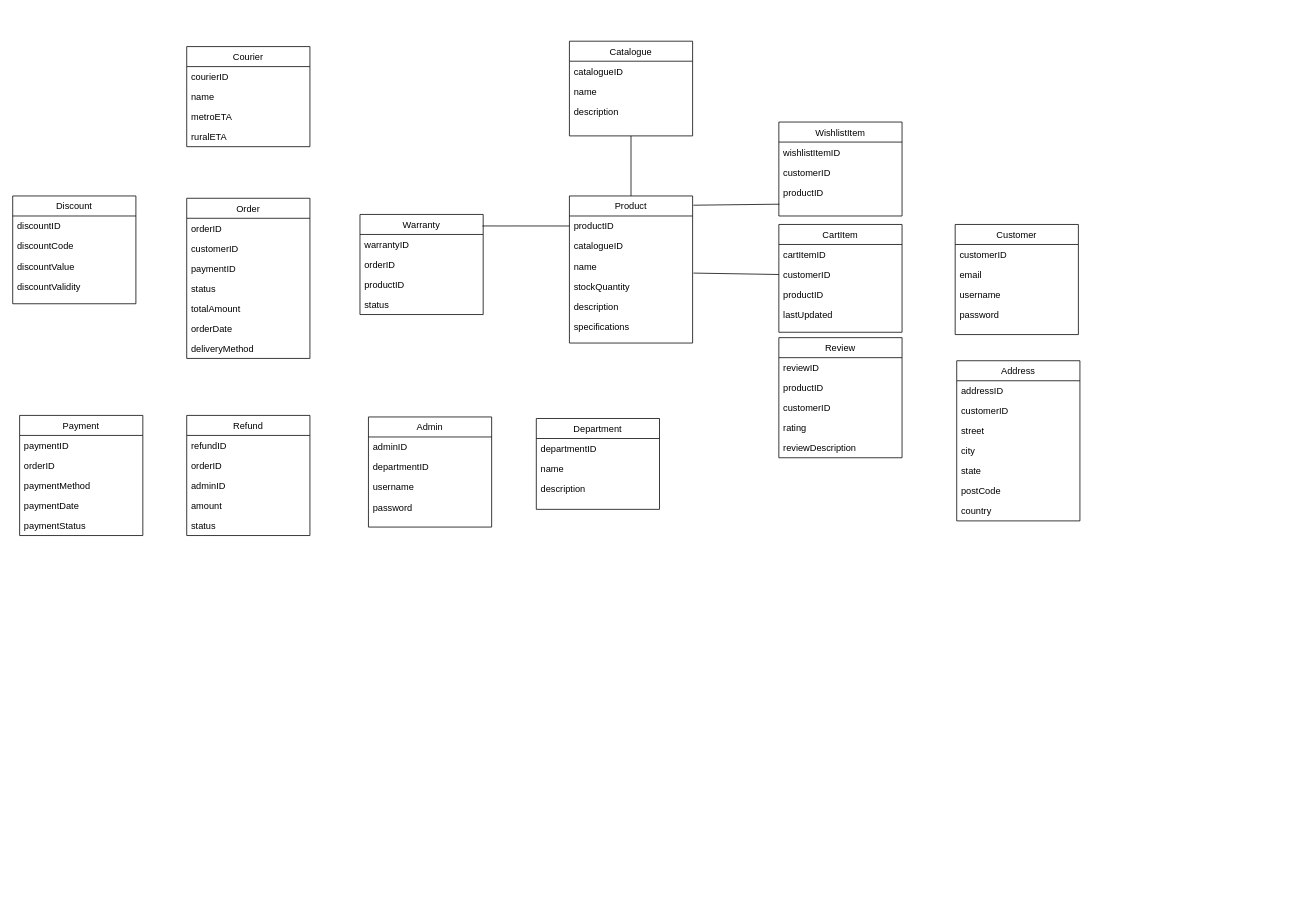
The draw.io diagram ITC211 System Analysis and Design/Untitled Diagram.drawio in Sam-WebP/CSU, before the edit. Source tidied: cells renumbered, new cells numbered last; positions are measured from the earlier drawing's top-left corner, leaving out a move shared by most shapes. Both pictures are drawn from the tidied source at 77%, with x=0, y=0 at pixel (12, 41).
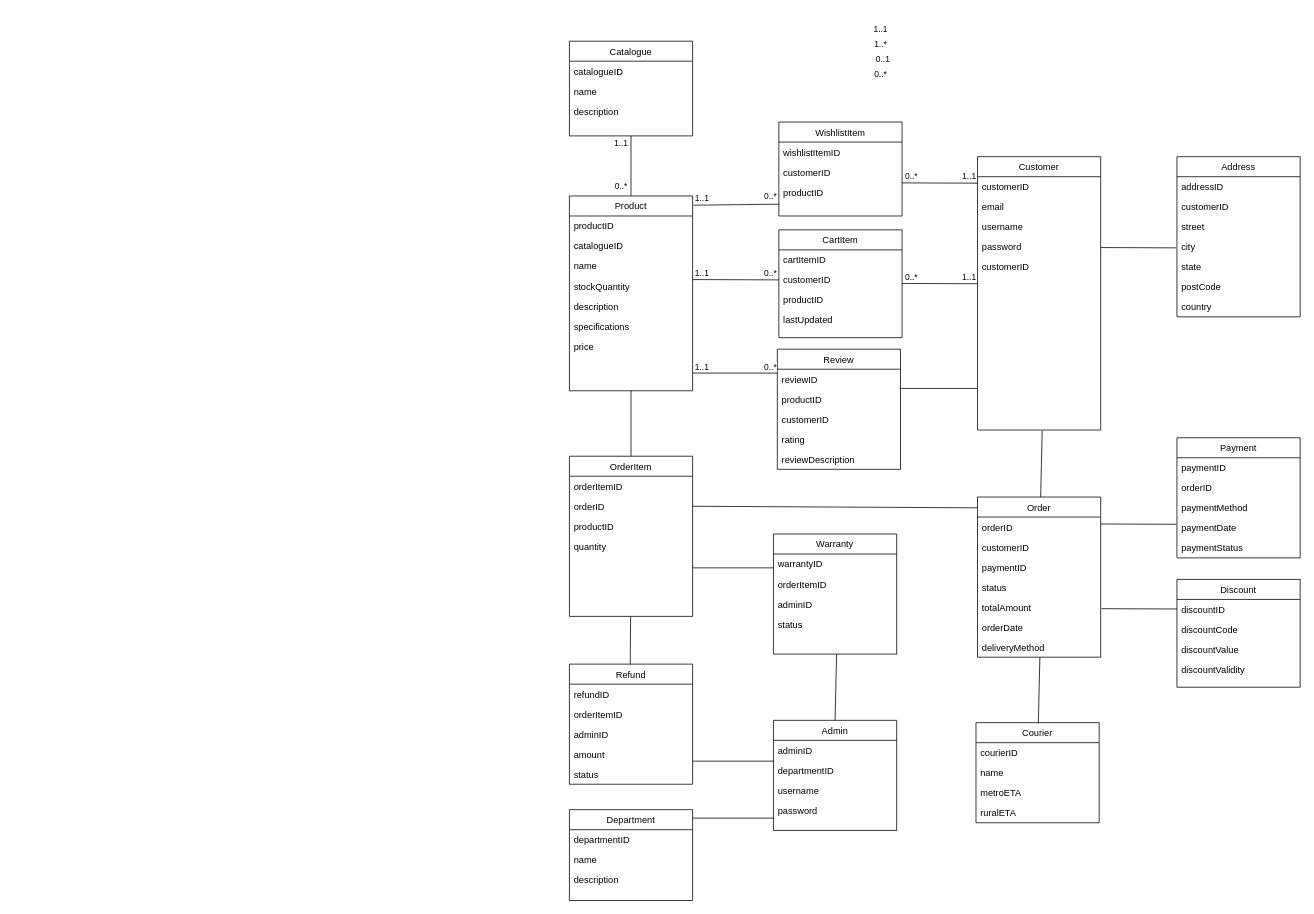
The same diagram, later.

Unchanged cells that the change refers to:
```xml
<mxCell id="3" value="customerID" style="text;align=left;verticalAlign=top;spacingLeft=4;spacingRight=4;overflow=hidden;points=[[0,0.5],[1,0.5]];portConstraint=eastwest;" parent="2" vertex="1">
  <mxGeometry y="26" width="160" height="26" as="geometry" />
</mxCell>
<mxCell id="22" value="productID" style="text;align=left;verticalAlign=top;spacingLeft=4;spacingRight=4;overflow=hidden;points=[[0,0.5],[1,0.5]];portConstraint=eastwest;rounded=0;shadow=0;html=0;" parent="21" vertex="1">
  <mxGeometry y="26" width="160" height="26" as="geometry" />
</mxCell>
<mxCell id="25" value="stockQuantity" style="text;align=left;verticalAlign=top;spacingLeft=4;spacingRight=4;overflow=hidden;points=[[0,0.5],[1,0.5]];portConstraint=eastwest;rounded=0;shadow=0;html=0;" parent="21" vertex="1">
  <mxGeometry y="104" width="160" height="26" as="geometry" />
</mxCell>
<mxCell id="34" value="customerID" style="text;align=left;verticalAlign=top;spacingLeft=4;spacingRight=4;overflow=hidden;points=[[0,0.5],[1,0.5]];portConstraint=eastwest;" parent="32" vertex="1">
  <mxGeometry y="52" width="160" height="26" as="geometry" />
</mxCell>
<mxCell id="86" style="endArrow=none;html=1;rounded=0;exitX=0.5;exitY=0;exitDx=0;exitDy=0;entryX=0.5;entryY=1;entryDx=0;entryDy=0;" parent="1" edge="1" source="21" target="28">
  <mxGeometry relative="1" as="geometry" />
</mxCell>
```

Diff of the diagram source:
```diff
@@
     <mxCell id="2" value="Customer" style="swimlane;fontStyle=0;align=center;verticalAlign=top;horizontal=1;startSize=26;rounded=0;shadow=0;strokeWidth=1;" parent="1" vertex="1">
-      <mxGeometry x="1224" y="238" width="160" height="143" as="geometry" />
+      <mxGeometry x="1253" y="150" width="160" height="355" as="geometry" />
     </mxCell>
@@
+    <mxCell id="89" value="customerID" style="text;align=left;verticalAlign=top;spacingLeft=4;spacingRight=4;overflow=hidden;" parent="2" vertex="1">
+      <mxGeometry y="130" width="160" height="26" as="geometry" />
+    </mxCell>
     <mxCell id="7" value="Address" style="swimlane;fontStyle=0;align=center;verticalAlign=top;horizontal=1;startSize=26;rounded=0;shadow=0;strokeWidth=1;" parent="1" vertex="1">
-      <mxGeometry x="1226" y="415" width="160" height="208" as="geometry" />
+      <mxGeometry x="1512" y="150" width="160" height="208" as="geometry" />
     </mxCell>
@@
     <mxCell id="15" value="Review" style="swimlane;fontStyle=0;align=center;verticalAlign=top;horizontal=1;startSize=26;rounded=0;shadow=0;strokeWidth=1;" parent="1" vertex="1">
-      <mxGeometry x="995" y="385" width="160" height="156" as="geometry" />
+      <mxGeometry x="993" y="400" width="160" height="156" as="geometry" />
     </mxCell>
@@
     <mxCell id="21" value="Product" style="swimlane;fontStyle=0;align=center;verticalAlign=top;horizontal=1;startSize=26;rounded=0;shadow=0;strokeWidth=1;" parent="1" vertex="1">
-      <mxGeometry x="723" y="201" width="160" height="191" as="geometry" />
+      <mxGeometry x="723" y="201" width="160" height="253" as="geometry" />
     </mxCell>
@@
+    <mxCell id="90" value="price" style="text;align=left;verticalAlign=top;spacingLeft=4;spacingRight=4;overflow=hidden;rounded=0;shadow=0;html=0;" parent="21" vertex="1">
+      <mxGeometry y="182" width="160" height="26" as="geometry" />
+    </mxCell>
@@
     <mxCell id="32" value="CartItem" style="swimlane;fontStyle=0;align=center;verticalAlign=top;horizontal=1;startSize=26;rounded=0;shadow=0;strokeWidth=1;" parent="1" vertex="1">
-      <mxGeometry x="995" y="238" width="160" height="140" as="geometry" />
+      <mxGeometry x="995" y="245" width="160" height="140" as="geometry" />
     </mxCell>
@@
     <mxCell id="41" value="Admin" style="swimlane;fontStyle=0;align=center;verticalAlign=top;horizontal=1;startSize=26;rounded=0;shadow=0;strokeWidth=1;" parent="1" vertex="1">
-      <mxGeometry x="462" y="488" width="160" height="143" as="geometry" />
+      <mxGeometry x="988" y="882" width="160" height="143" as="geometry" />
     </mxCell>
@@
     <mxCell id="46" value="Department" style="swimlane;fontStyle=0;align=center;verticalAlign=top;horizontal=1;startSize=26;rounded=0;shadow=0;strokeWidth=1;" parent="1" vertex="1">
-      <mxGeometry x="680" y="490" width="160" height="118" as="geometry" />
+      <mxGeometry x="723" y="998" width="160" height="118" as="geometry" />
     </mxCell>
@@
     <mxCell id="50" value="Order" style="swimlane;fontStyle=0;align=center;verticalAlign=top;horizontal=1;startSize=26;rounded=0;shadow=0;strokeWidth=1;" parent="1" vertex="1">
-      <mxGeometry x="226" y="204" width="160" height="208" as="geometry" />
+      <mxGeometry x="1253" y="592" width="160" height="208" as="geometry" />
     </mxCell>
@@
     <mxCell id="58" value="Payment" style="swimlane;fontStyle=0;align=center;verticalAlign=top;horizontal=1;startSize=26;rounded=0;shadow=0;strokeWidth=1;" parent="1" vertex="1">
-      <mxGeometry x="9" y="486" width="160" height="156" as="geometry" />
+      <mxGeometry x="1512" y="515" width="160" height="156" as="geometry" />
     </mxCell>
@@
     <mxCell id="64" value="Discount" style="swimlane;fontStyle=0;align=center;verticalAlign=top;horizontal=1;startSize=26;rounded=0;shadow=0;strokeWidth=1;" parent="1" vertex="1">
-      <mxGeometry y="201" width="160" height="140" as="geometry" />
+      <mxGeometry x="1512" y="699" width="160" height="140" as="geometry" />
     </mxCell>
@@
     <mxCell id="69" value="Courier" style="swimlane;fontStyle=0;align=center;verticalAlign=top;horizontal=1;startSize=26;rounded=0;shadow=0;strokeWidth=1;" parent="1" vertex="1">
-      <mxGeometry x="226" y="7" width="160" height="130" as="geometry" />
+      <mxGeometry x="1251" y="885" width="160" height="130" as="geometry" />
     </mxCell>
@@
     <mxCell id="74" value="Refund" style="swimlane;fontStyle=0;align=center;verticalAlign=top;horizontal=1;startSize=26;rounded=0;shadow=0;strokeWidth=1;" parent="1" vertex="1">
-      <mxGeometry x="226" y="486" width="160" height="156" as="geometry" />
+      <mxGeometry x="723" y="809" width="160" height="156" as="geometry" />
     </mxCell>
@@
-    <mxCell id="76" value="orderID" style="text;align=left;verticalAlign=top;spacingLeft=4;spacingRight=4;overflow=hidden;rounded=0;shadow=0;html=0;" parent="74" vertex="1">
+    <mxCell id="76" value="orderItemID" style="text;align=left;verticalAlign=top;spacingLeft=4;spacingRight=4;overflow=hidden;rounded=0;shadow=0;html=0;" parent="74" vertex="1">
       <mxGeometry y="52" width="160" height="26" as="geometry" />
     </mxCell>
@@
     <mxCell id="80" value="Warranty" style="swimlane;fontStyle=0;align=center;verticalAlign=top;horizontal=1;startSize=26;rounded=0;shadow=0;strokeWidth=1;" parent="1" vertex="1">
-      <mxGeometry x="451" y="225" width="160" height="130" as="geometry" />
+      <mxGeometry x="988" y="640" width="160" height="156" as="geometry" />
     </mxCell>
@@
-    <mxCell id="82" value="orderID" style="text;align=left;verticalAlign=top;spacingLeft=4;spacingRight=4;overflow=hidden;rounded=0;shadow=0;html=0;" parent="80" vertex="1">
+    <mxCell id="82" value="orderItemID" style="text;align=left;verticalAlign=top;spacingLeft=4;spacingRight=4;overflow=hidden;rounded=0;shadow=0;html=0;" parent="80" vertex="1">
       <mxGeometry y="52" width="160" height="26" as="geometry" />
     </mxCell>
-    <mxCell id="83" value="productID" style="text;align=left;verticalAlign=top;spacingLeft=4;spacingRight=4;overflow=hidden;rounded=0;shadow=0;html=0;" parent="80" vertex="1">
-      <mxGeometry y="78" width="160" height="26" as="geometry" />
-    </mxCell>
+    <mxCell id="91" value="adminID" style="text;align=left;verticalAlign=top;spacingLeft=4;spacingRight=4;overflow=hidden;rounded=0;shadow=0;html=0;" parent="80" vertex="1">
+      <mxGeometry y="78" width="160" height="26" as="geometry" />
+    </mxCell>
@@
-    <mxCell id="85" style="endArrow=none;html=1;rounded=0;exitX=0;exitY=0.5;exitDx=0;exitDy=0;entryX=0.994;entryY=0.115;entryDx=0;entryDy=0;entryPerimeter=0;" parent="1" edge="1" source="22" target="80">
-      <mxGeometry relative="1" as="geometry" />
+    <mxCell id="85" style="endArrow=none;html=1;rounded=0;exitX=0.5;exitY=1;exitDx=0;exitDy=0;" parent="1" edge="1" source="21">
+      <mxGeometry relative="1" as="geometry">
+        <mxPoint x="803" y="543" as="targetPoint" />
+      </mxGeometry>
     </mxCell>
@@
+    <mxCell id="92" value="0..1" style="edgeLabel;html=1;align=center;verticalAlign=middle;" parent="86" vertex="1">
+      <mxGeometry x="0.54" relative="1" as="geometry">
+        <mxPoint x="326" y="-119" as="offset" />
+      </mxGeometry>
+    </mxCell>
@@
-    <mxCell id="88" style="endArrow=none;html=1;rounded=0;exitX=0;exitY=0.5;exitDx=0;exitDy=0;entryX=1.007;entryY=-0.148;entryDx=0;entryDy=0;entryPerimeter=0;" parent="1" edge="1" source="34" target="25">
+    <mxCell id="88" style="endArrow=none;html=1;rounded=0;exitX=0;exitY=0.5;exitDx=0;exitDy=0;entryX=1;entryY=0.176;entryDx=0;entryDy=0;entryPerimeter=0;" parent="1" edge="1" source="34" target="25">
       <mxGeometry relative="1" as="geometry" />
     </mxCell>
+    <mxCell id="93" style="endArrow=none;html=1;rounded=0;" parent="1" edge="1">
+      <mxGeometry relative="1" as="geometry">
+        <mxPoint x="993" y="431" as="sourcePoint" />
+        <mxPoint x="883" y="431" as="targetPoint" />
+      </mxGeometry>
+    </mxCell>
+    <mxCell id="94" style="endArrow=none;html=1;rounded=0;exitX=0.004;exitY=0.324;exitDx=0;exitDy=0;exitPerimeter=0;" parent="1" edge="1" source="3">
+      <mxGeometry relative="1" as="geometry">
+        <mxPoint x="1155" y="184" as="targetPoint" />
+      </mxGeometry>
+    </mxCell>
+    <mxCell id="95" style="endArrow=none;html=1;rounded=0;entryX=1;entryY=0.176;entryDx=0;entryDy=0;entryPerimeter=0;" parent="1" edge="1">
+      <mxGeometry relative="1" as="geometry">
+        <mxPoint x="1253" y="315" as="sourcePoint" />
+        <mxPoint x="1155" y="314.6" as="targetPoint" />
+      </mxGeometry>
+    </mxCell>
+    <mxCell id="96" style="endArrow=none;html=1;rounded=0;entryX=1;entryY=0.176;entryDx=0;entryDy=0;entryPerimeter=0;" parent="1" edge="1">
+      <mxGeometry relative="1" as="geometry">
+        <mxPoint x="1253" y="451" as="sourcePoint" />
+        <mxPoint x="1152" y="451" as="targetPoint" />
+      </mxGeometry>
+    </mxCell>
+    <mxCell id="97" value="OrderItem" style="swimlane;fontStyle=0;align=center;verticalAlign=top;horizontal=1;startSize=26;rounded=0;shadow=0;strokeWidth=1;" parent="1" vertex="1">
+      <mxGeometry x="723" y="539" width="160" height="208" as="geometry" />
+    </mxCell>
+    <mxCell id="98" value="orderItemID" style="text;align=left;verticalAlign=top;spacingLeft=4;spacingRight=4;overflow=hidden;" parent="97" vertex="1">
+      <mxGeometry y="26" width="160" height="26" as="geometry" />
+    </mxCell>
+    <mxCell id="99" value="orderID" style="text;align=left;verticalAlign=top;spacingLeft=4;spacingRight=4;overflow=hidden;points=[[0,0.5],[1,0.5]];portConstraint=eastwest;" parent="97" vertex="1">
+      <mxGeometry y="52" width="160" height="26" as="geometry" />
+    </mxCell>
+    <mxCell id="83" value="productID" style="text;align=left;verticalAlign=top;spacingLeft=4;spacingRight=4;overflow=hidden;rounded=0;shadow=0;html=0;" parent="97" vertex="1">
+      <mxGeometry y="78" width="160" height="26" as="geometry" />
+    </mxCell>
+    <mxCell id="100" value="quantity" style="text;align=left;verticalAlign=top;spacingLeft=4;spacingRight=4;overflow=hidden;" parent="97" vertex="1">
+      <mxGeometry y="104" width="160" height="26" as="geometry" />
+    </mxCell>
+    <mxCell id="101" style="endArrow=none;html=1;rounded=0;exitX=-0.022;exitY=0.188;exitDx=0;exitDy=0;exitPerimeter=0;entryX=1;entryY=0.5;entryDx=0;entryDy=0;" parent="1" edge="1" target="99">
+      <mxGeometry relative="1" as="geometry">
+        <mxPoint x="1253" y="606" as="sourcePoint" />
+      </mxGeometry>
+    </mxCell>
+    <mxCell id="102" style="endArrow=none;html=1;rounded=0;exitX=-0.022;exitY=0.188;exitDx=0;exitDy=0;exitPerimeter=0;" parent="1" edge="1">
+      <mxGeometry relative="1" as="geometry">
+        <mxPoint x="988" y="684" as="sourcePoint" />
+        <mxPoint x="883" y="684" as="targetPoint" />
+      </mxGeometry>
+    </mxCell>
+    <mxCell id="103" style="endArrow=none;html=1;rounded=0;exitX=-0.022;exitY=0.188;exitDx=0;exitDy=0;exitPerimeter=0;" parent="1" edge="1">
+      <mxGeometry relative="1" as="geometry">
+        <mxPoint x="988" y="935" as="sourcePoint" />
+        <mxPoint x="883" y="935" as="targetPoint" />
+      </mxGeometry>
+    </mxCell>
+    <mxCell id="104" style="endArrow=none;html=1;rounded=0;exitX=-0.022;exitY=0.188;exitDx=0;exitDy=0;exitPerimeter=0;" parent="1" edge="1">
+      <mxGeometry relative="1" as="geometry">
+        <mxPoint x="988" y="1009" as="sourcePoint" />
+        <mxPoint x="883" y="1009" as="targetPoint" />
+      </mxGeometry>
+    </mxCell>
+    <mxCell id="105" style="endArrow=none;html=1;rounded=0;exitX=0.5;exitY=1;exitDx=0;exitDy=0;" parent="1" edge="1">
+      <mxGeometry relative="1" as="geometry">
+        <mxPoint x="802.5" y="747" as="sourcePoint" />
+        <mxPoint x="802" y="809" as="targetPoint" />
+      </mxGeometry>
+    </mxCell>
+    <mxCell id="106" style="endArrow=none;html=1;rounded=0;exitX=0.5;exitY=1;exitDx=0;exitDy=0;entryX=0.5;entryY=0;entryDx=0;entryDy=0;" parent="1" edge="1" target="41">
+      <mxGeometry relative="1" as="geometry">
+        <mxPoint x="1070" y="796" as="sourcePoint" />
+      </mxGeometry>
+    </mxCell>
+    <mxCell id="107" style="endArrow=none;html=1;rounded=0;entryX=1;entryY=0.176;entryDx=0;entryDy=0;entryPerimeter=0;" parent="1" edge="1">
+      <mxGeometry relative="1" as="geometry">
+        <mxPoint x="1511" y="268.4" as="sourcePoint" />
+        <mxPoint x="1413" y="268" as="targetPoint" />
+      </mxGeometry>
+    </mxCell>
+    <mxCell id="108" style="endArrow=none;html=1;rounded=0;entryX=1;entryY=0.176;entryDx=0;entryDy=0;entryPerimeter=0;" parent="1" edge="1">
+      <mxGeometry relative="1" as="geometry">
+        <mxPoint x="1511" y="627.4" as="sourcePoint" />
+        <mxPoint x="1413" y="627" as="targetPoint" />
+      </mxGeometry>
+    </mxCell>
+    <mxCell id="109" style="endArrow=none;html=1;rounded=0;entryX=1;entryY=0.176;entryDx=0;entryDy=0;entryPerimeter=0;" parent="1" edge="1">
+      <mxGeometry relative="1" as="geometry">
+        <mxPoint x="1512" y="737.4" as="sourcePoint" />
+        <mxPoint x="1414" y="737" as="targetPoint" />
+      </mxGeometry>
+    </mxCell>
+    <mxCell id="110" style="endArrow=none;html=1;rounded=0;exitX=0.5;exitY=1;exitDx=0;exitDy=0;entryX=0.5;entryY=0;entryDx=0;entryDy=0;" parent="1" edge="1">
+      <mxGeometry relative="1" as="geometry">
+        <mxPoint x="1337" y="506" as="sourcePoint" />
+        <mxPoint x="1335" y="592" as="targetPoint" />
+      </mxGeometry>
+    </mxCell>
+    <mxCell id="111" style="endArrow=none;html=1;rounded=0;exitX=0.5;exitY=1;exitDx=0;exitDy=0;entryX=0.5;entryY=0;entryDx=0;entryDy=0;" parent="1" edge="1">
+      <mxGeometry relative="1" as="geometry">
+        <mxPoint x="1334" y="800" as="sourcePoint" />
+        <mxPoint x="1332" y="886" as="targetPoint" />
+      </mxGeometry>
+    </mxCell>
+    <mxCell id="112" value="0..*" style="edgeLabel;html=1;align=center;verticalAlign=middle;" parent="1" vertex="1">
+      <mxGeometry x="1131" y="23" as="geometry">
+        <mxPoint x="-5" y="19" as="offset" />
+      </mxGeometry>
+    </mxCell>
+    <mxCell id="113" value="1..*" style="edgeLabel;html=1;align=center;verticalAlign=middle;" parent="1" vertex="1">
+      <mxGeometry x="1131" y="-16" as="geometry">
+        <mxPoint x="-5" y="19" as="offset" />
+      </mxGeometry>
+    </mxCell>
+    <mxCell id="114" value="1..1" style="edgeLabel;html=1;align=center;verticalAlign=middle;" parent="1" vertex="1">
+      <mxGeometry x="1131" y="-36" as="geometry">
+        <mxPoint x="-5" y="19" as="offset" />
+      </mxGeometry>
+    </mxCell>
+    <mxCell id="115" value="0..*" style="edgeLabel;html=1;align=center;verticalAlign=middle;" parent="1" vertex="1">
+      <mxGeometry x="794" y="169" as="geometry">
+        <mxPoint x="-5" y="19" as="offset" />
+      </mxGeometry>
+    </mxCell>
+    <mxCell id="116" value="1..1" style="edgeLabel;html=1;align=center;verticalAlign=middle;" parent="1" vertex="1">
+      <mxGeometry x="794" y="112" as="geometry">
+        <mxPoint x="-5" y="19" as="offset" />
+      </mxGeometry>
+    </mxCell>
+    <mxCell id="117" value="0..*" style="edgeLabel;html=1;align=center;verticalAlign=middle;" parent="1" vertex="1">
+      <mxGeometry x="988" y="182" as="geometry">
+        <mxPoint x="-5" y="19" as="offset" />
+      </mxGeometry>
+    </mxCell>
+    <mxCell id="118" value="1..1" style="edgeLabel;html=1;align=center;verticalAlign=middle;" parent="1" vertex="1">
+      <mxGeometry x="899" y="184" as="geometry">
+        <mxPoint x="-5" y="19" as="offset" />
+      </mxGeometry>
+    </mxCell>
+    <mxCell id="119" value="1..1" style="edgeLabel;html=1;align=center;verticalAlign=middle;" parent="1" vertex="1">
+      <mxGeometry x="899" y="282" as="geometry">
+        <mxPoint x="-5" y="19" as="offset" />
+      </mxGeometry>
+    </mxCell>
+    <mxCell id="120" value="0..*" style="edgeLabel;html=1;align=center;verticalAlign=middle;" parent="1" vertex="1">
+      <mxGeometry x="988" y="281" as="geometry">
+        <mxPoint x="-5" y="19" as="offset" />
+      </mxGeometry>
+    </mxCell>
+    <mxCell id="121" value="0..*" style="edgeLabel;html=1;align=center;verticalAlign=middle;" parent="1" vertex="1">
+      <mxGeometry x="988" y="403" as="geometry">
+        <mxPoint x="-5" y="19" as="offset" />
+      </mxGeometry>
+    </mxCell>
+    <mxCell id="122" value="1..1" style="edgeLabel;html=1;align=center;verticalAlign=middle;" parent="1" vertex="1">
+      <mxGeometry x="899" y="403" as="geometry">
+        <mxPoint x="-5" y="19" as="offset" />
+      </mxGeometry>
+    </mxCell>
+    <mxCell id="123" value="0..*" style="edgeLabel;html=1;align=center;verticalAlign=middle;" parent="1" vertex="1">
+      <mxGeometry x="1171" y="155" as="geometry">
+        <mxPoint x="-5" y="19" as="offset" />
+      </mxGeometry>
+    </mxCell>
+    <mxCell id="124" value="1..1" style="edgeLabel;html=1;align=center;verticalAlign=middle;" parent="1" vertex="1">
+      <mxGeometry x="1246" y="155" as="geometry">
+        <mxPoint x="-5" y="19" as="offset" />
+      </mxGeometry>
+    </mxCell>
+    <mxCell id="125" value="0..*" style="edgeLabel;html=1;align=center;verticalAlign=middle;" parent="1" vertex="1">
+      <mxGeometry x="1171" y="287" as="geometry">
+        <mxPoint x="-5" y="19" as="offset" />
+      </mxGeometry>
+    </mxCell>
+    <mxCell id="126" value="1..1" style="edgeLabel;html=1;align=center;verticalAlign=middle;" parent="1" vertex="1">
+      <mxGeometry x="1246" y="287" as="geometry">
+        <mxPoint x="-5" y="19" as="offset" />
+      </mxGeometry>
+    </mxCell>
```
